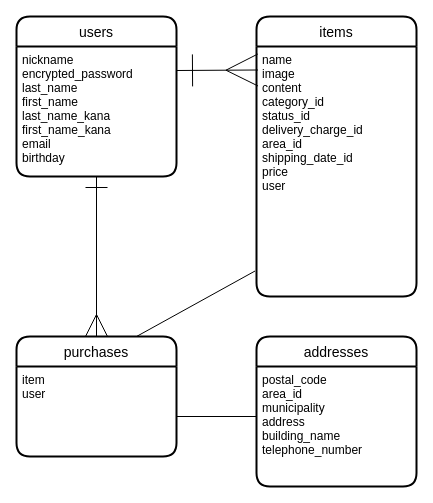
Earlier version of the draw.io diagram ER.dio (nagano518/furima-38866). Source tidied: cells renumbered, new cells numbered last; positions are measured from the earlier drawing's top-left corner, leaving out a move shared by most shapes. Both pictures are drawn from the tidied source at 100%, with x=0, y=0 at pixel (16, 16).
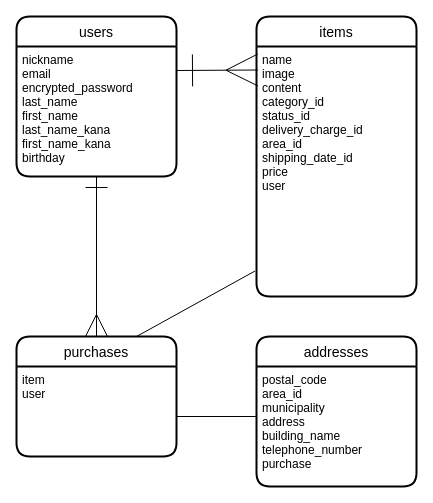
After the change.

Change to the diagram source:
```diff
@@
 <mxGraphModel>
   <root>
     <mxCell id="0" />
     <mxCell id="1" parent="0" />
     <mxCell id="2" value="users" style="swimlane;horizontal=1;startSize=30;rounded=1;fontSize=14;fontStyle=0;strokeWidth=2;shadow=0;dashed=0;align=center;" parent="1" vertex="1">
       <mxGeometry width="160" height="160" as="geometry" />
     </mxCell>
-    <mxCell id="3" value="nickname&#10;encrypted_password&#10;last_name&#10;first_name&#10;last_name_kana&#10;first_name_kana&#10;email&#10;birthday" style="align=left;strokeColor=none;fillColor=none;spacingLeft=4;fontSize=12;verticalAlign=top;" parent="2" vertex="1">
+    <mxCell id="3" value="nickname&#10;email&#10;encrypted_password&#10;last_name&#10;first_name&#10;last_name_kana&#10;first_name_kana&#10;birthday" style="align=left;strokeColor=none;fillColor=none;spacingLeft=4;fontSize=12;verticalAlign=top;" parent="2" vertex="1">
       <mxGeometry y="30" width="160" height="130" as="geometry" />
     </mxCell>
     <mxCell id="4" value="items" style="swimlane;horizontal=1;startSize=30;rounded=1;fontSize=14;fontStyle=0;strokeWidth=2;shadow=0;dashed=0;align=center;" parent="1" vertex="1">
       <mxGeometry x="240" width="160" height="280" as="geometry" />
     </mxCell>
     <mxCell id="5" value="name&#10;image&#10;content&#10;category_id&#10;status_id&#10;delivery_charge_id&#10;area_id&#10;shipping_date_id&#10;price&#10;user" style="align=left;strokeColor=none;fillColor=none;spacingLeft=4;fontSize=12;verticalAlign=top;" parent="4" vertex="1">
       <mxGeometry y="30" width="160" height="250" as="geometry" />
     </mxCell>
     <mxCell id="6" style="edgeStyle=none;html=1;endArrow=ERmany;endFill=0;endSize=30;startArrow=ERone;startFill=0;startSize=30;entryX=0.009;entryY=0.094;entryDx=0;entryDy=0;entryPerimeter=0;" parent="1" edge="1" target="5">
       <mxGeometry relative="1" as="geometry">
         <mxPoint x="160" y="54" as="sourcePoint" />
       </mxGeometry>
     </mxCell>
     <mxCell id="7" style="endArrow=none;html=1;startSize=30;endSize=30;entryX=-0.009;entryY=0.898;entryDx=0;entryDy=0;exitX=0.75;exitY=0;exitDx=0;exitDy=0;entryPerimeter=0;" parent="1" edge="1" source="8" target="5">
       <mxGeometry relative="1" as="geometry" />
     </mxCell>
     <mxCell id="8" value="purchases" style="swimlane;horizontal=1;startSize=30;rounded=1;fontSize=14;fontStyle=0;strokeWidth=2;shadow=0;dashed=0;align=center;" parent="1" vertex="1">
       <mxGeometry y="320" width="160" height="120" as="geometry" />
     </mxCell>
     <mxCell id="9" value="item&#10;user" style="align=left;strokeColor=none;fillColor=none;spacingLeft=4;fontSize=12;verticalAlign=top;" parent="8" vertex="1">
       <mxGeometry y="30" width="160" height="90" as="geometry" />
     </mxCell>
     <mxCell id="10" style="edgeStyle=none;html=1;exitX=0.5;exitY=1;exitDx=0;exitDy=0;entryX=0.5;entryY=0;entryDx=0;entryDy=0;fontSize=11;startArrow=ERone;startFill=0;endArrow=ERmany;endFill=0;startSize=20;endSize=20;" parent="1" edge="1" source="3" target="8">
       <mxGeometry relative="1" as="geometry" />
     </mxCell>
     <mxCell id="11" value="addresses" style="swimlane;horizontal=1;startSize=30;rounded=1;fontSize=14;fontStyle=0;strokeWidth=2;shadow=0;dashed=0;align=center;" parent="1" vertex="1">
       <mxGeometry x="240" y="320" width="160" height="150" as="geometry" />
     </mxCell>
-    <mxCell id="12" value="postal_code&#10;area_id&#10;municipality&#10;address&#10;building_name&#10;telephone_number" style="align=left;strokeColor=none;fillColor=none;spacingLeft=4;fontSize=12;verticalAlign=top;" parent="11" vertex="1">
+    <mxCell id="12" value="postal_code&#10;area_id&#10;municipality&#10;address&#10;building_name&#10;telephone_number&#10;purchase" style="align=left;strokeColor=none;fillColor=none;spacingLeft=4;fontSize=12;verticalAlign=top;" parent="11" vertex="1">
       <mxGeometry y="30" width="160" height="120" as="geometry" />
     </mxCell>
     <mxCell id="13" style="edgeStyle=none;html=1;fontSize=11;startArrow=none;startFill=0;endArrow=none;endFill=0;startSize=20;endSize=20;" parent="1" edge="1">
       <mxGeometry relative="1" as="geometry">
         <mxPoint x="160" y="400" as="sourcePoint" />
         <mxPoint x="240" y="400" as="targetPoint" />
       </mxGeometry>
     </mxCell>
   </root>
 </mxGraphModel>
```
